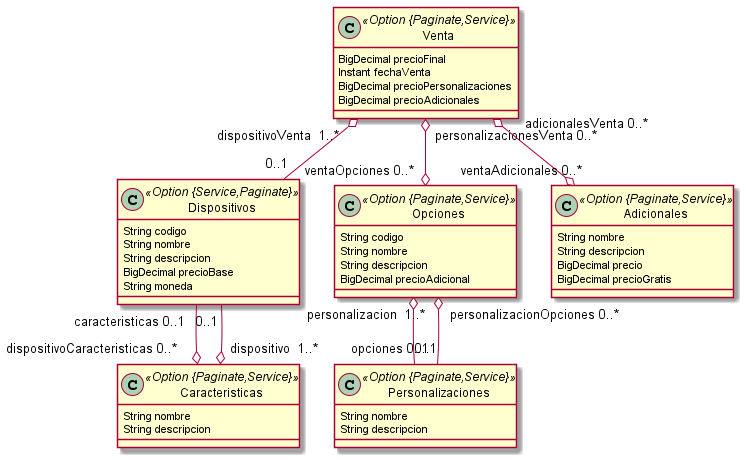
Above: jhipster-jdl.png in um-programacion-ii/2024-backend-franespinola (PlantUML), before the change.
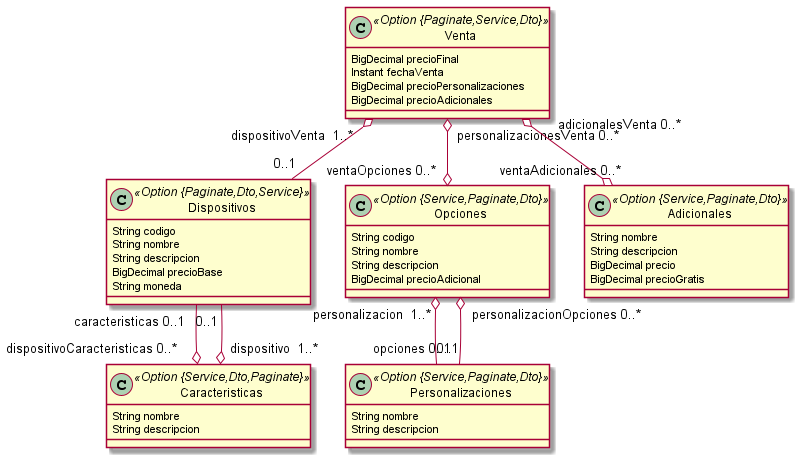
Above is the later version.

Change to the diagram source:
```diff
@@ -1,33 +1,33 @@
 @startuml
 	!pragma syntax class
-	class Dispositivos <<Option {Service,Paginate}>> {
+	class Dispositivos <<Option {Paginate,Dto,Service}>> {
 		String codigo
 		String nombre
 		String descripcion
 		BigDecimal precioBase
 		String moneda
 	}
-	class Caracteristicas <<Option {Paginate,Service}>> {
+	class Caracteristicas <<Option {Service,Dto,Paginate}>> {
 		String nombre
 		String descripcion
 	}
-	class Personalizaciones <<Option {Paginate,Service}>> {
+	class Personalizaciones <<Option {Service,Paginate,Dto}>> {
 		String nombre
 		String descripcion
 	}
-	class Opciones <<Option {Paginate,Service}>> {
+	class Opciones <<Option {Service,Paginate,Dto}>> {
 		String codigo
 		String nombre
 		String descripcion
 		BigDecimal precioAdicional
 	}
-	class Adicionales <<Option {Paginate,Service}>> {
+	class Adicionales <<Option {Service,Paginate,Dto}>> {
 		String nombre
 		String descripcion
 		BigDecimal precio
 		BigDecimal precioGratis
 	}
-	class Venta <<Option {Paginate,Service}>> {
+	class Venta <<Option {Paginate,Service,Dto}>> {
 		BigDecimal precioFinal
 		Instant fechaVenta
 		BigDecimal precioPersonalizaciones
```
